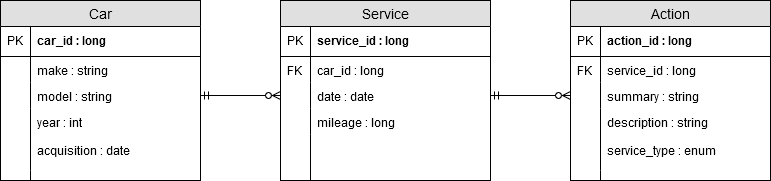
Before: docs/erd.png, a diagram exported from draw.io (khizar-saleem/diy-garage). Source tidied: cells renumbered, new cells last; positions are measured from the earlier drawing's top-left corner, leaving out a move shared by most shapes.
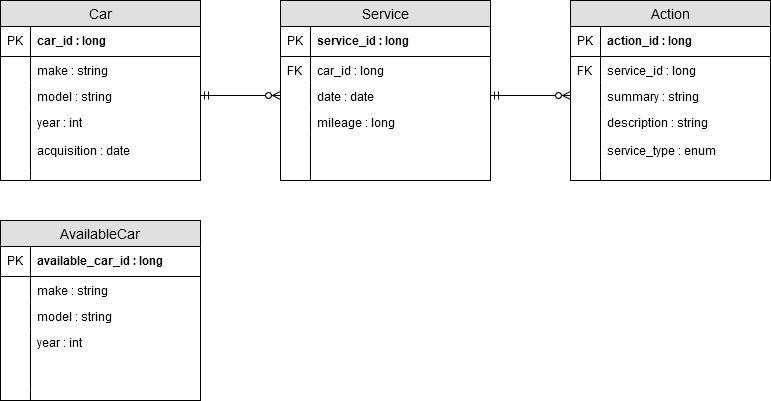
Above is the later version.

Change to the diagram source:
```diff
@@ -107,5 +107,38 @@
     <mxCell id="36" style="edgeStyle=orthogonalEdgeStyle;rounded=0;jettySize=auto;html=1;startArrow=ERmandOne;startFill=0;endArrow=ERzeroToMany;endFill=1;" parent="1" edge="1" source="18" target="30">
       <mxGeometry relative="1" as="geometry" />
     </mxCell>
+    <mxCell id="37" value="AvailableCar" style="swimlane;fontStyle=0;horizontal=1;startSize=26;fillColor=#e0e0e0;swimlaneFillColor=#ffffff;align=center;fontSize=14;strokeColor=#000000;" parent="1" vertex="1">
+      <mxGeometry y="220" width="200" height="180" as="geometry" />
+    </mxCell>
+    <mxCell id="38" value="available_car_id : long" style="shape=partialRectangle;top=0;left=0;right=0;bottom=1;align=left;verticalAlign=middle;fillColor=none;spacingLeft=34;spacingRight=4;overflow=hidden;fontStyle=1;fontSize=12;" parent="37" vertex="1">
+      <mxGeometry y="26" width="200" height="30" as="geometry" />
+    </mxCell>
+    <mxCell id="39" value="PK" style="shape=partialRectangle;top=0;left=0;bottom=0;fillColor=none;align=left;verticalAlign=middle;spacingLeft=4;spacingRight=4;overflow=hidden;fontSize=12;" parent="38" vertex="1">
+      <mxGeometry width="30" height="30" as="geometry" />
+    </mxCell>
+    <mxCell id="40" value="make : string" style="shape=partialRectangle;top=0;left=0;right=0;bottom=0;align=left;verticalAlign=top;fillColor=none;spacingLeft=34;spacingRight=4;overflow=hidden;fontSize=12;" parent="37" vertex="1">
+      <mxGeometry y="56" width="200" height="26" as="geometry" />
+    </mxCell>
+    <mxCell id="41" style="shape=partialRectangle;top=0;left=0;bottom=0;fillColor=none;align=left;verticalAlign=top;spacingLeft=4;spacingRight=4;overflow=hidden;fontSize=12;" parent="40" vertex="1">
+      <mxGeometry width="30" height="26" as="geometry" />
+    </mxCell>
+    <mxCell id="42" value="model : string" style="shape=partialRectangle;top=0;left=0;right=0;bottom=0;align=left;verticalAlign=top;fillColor=none;spacingLeft=34;spacingRight=4;overflow=hidden;fontSize=12;" parent="37" vertex="1">
+      <mxGeometry y="82" width="200" height="26" as="geometry" />
+    </mxCell>
+    <mxCell id="43" style="shape=partialRectangle;top=0;left=0;bottom=0;fillColor=none;align=left;verticalAlign=top;spacingLeft=4;spacingRight=4;overflow=hidden;fontSize=12;" parent="42" vertex="1">
+      <mxGeometry width="30" height="26" as="geometry" />
+    </mxCell>
+    <mxCell id="44" value="year : int&#10;&#10;&#10;" style="shape=partialRectangle;top=0;left=0;right=0;bottom=0;align=left;verticalAlign=top;fillColor=none;spacingLeft=34;spacingRight=4;overflow=hidden;fontSize=12;" parent="37" vertex="1">
+      <mxGeometry y="108" width="200" height="62" as="geometry" />
+    </mxCell>
+    <mxCell id="45" style="shape=partialRectangle;top=0;left=0;bottom=0;fillColor=none;align=left;verticalAlign=top;spacingLeft=4;spacingRight=4;overflow=hidden;fontSize=12;" parent="44" vertex="1">
+      <mxGeometry width="30" height="62" as="geometry" />
+    </mxCell>
+    <mxCell id="46" style="shape=partialRectangle;top=0;left=0;right=0;bottom=0;align=left;verticalAlign=top;fillColor=none;spacingLeft=34;spacingRight=4;overflow=hidden;fontSize=12;" parent="37" vertex="1">
+      <mxGeometry y="170" width="200" height="10" as="geometry" />
+    </mxCell>
+    <mxCell id="47" style="shape=partialRectangle;top=0;left=0;bottom=0;fillColor=none;align=left;verticalAlign=top;spacingLeft=4;spacingRight=4;overflow=hidden;fontSize=12;" parent="46" vertex="1">
+      <mxGeometry width="30" height="10" as="geometry" />
+    </mxCell>
   </root>
 </mxGraphModel>
```
